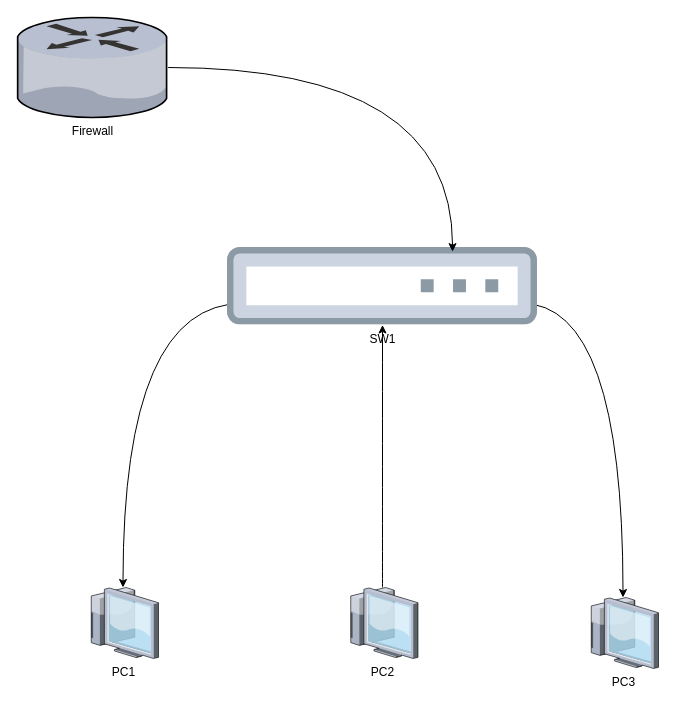
michaelrmartins/Heaa-Flow_study keeps this draw.io diagram as flow-study.drawio.xml. Above is the earlier version. Source tidied: cells renumbered, new cells numbered last; positions are measured from the earlier drawing's top-left corner, leaving out a move shared by most shapes. Both pictures are drawn from the tidied source at 100%, with x=0, y=0 at pixel (17, 17).
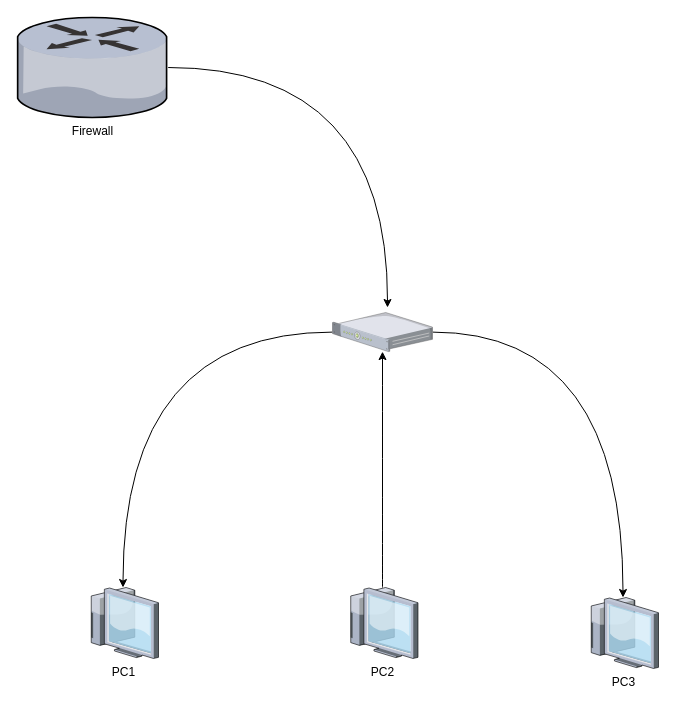
The same diagram, later.

The edit, as a diff of the source:
```diff
@@
 <mxGraphModel>
   <root>
     <mxCell id="0" />
     <mxCell id="1" parent="0" />
-    <mxCell id="2" style="edgeStyle=orthogonalEdgeStyle;jumpSize=15;jettySize=auto;html=1;exitX=1;exitY=0.75;exitDx=0;exitDy=0;fontSize=19;rounded=0;curved=1;" parent="1" edge="1" source="4" target="10">
+    <mxCell id="2" style="edgeStyle=orthogonalEdgeStyle;jumpSize=15;jettySize=auto;html=1;fontSize=19;rounded=0;curved=1;" parent="1" edge="1" source="11" target="10">
       <mxGeometry relative="1" as="geometry" />
     </mxCell>
-    <mxCell id="3" style="edgeStyle=orthogonalEdgeStyle;jumpSize=15;jettySize=auto;html=1;exitX=0;exitY=0.75;exitDx=0;exitDy=0;fontSize=19;rounded=0;curved=1;" parent="1" edge="1" source="4" target="7">
+    <mxCell id="3" style="edgeStyle=orthogonalEdgeStyle;jumpSize=15;jettySize=auto;html=1;fontSize=19;rounded=0;curved=1;" parent="1" edge="1" source="11" target="7">
       <mxGeometry relative="1" as="geometry" />
     </mxCell>
-    <mxCell id="4" value="SW1" style="perimeter=ellipsePerimeter;html=1;align=center;fontSize=12;verticalAlign=top;shadow=0;dashed=0;image;image=img/lib/cumulus/switch_bare_metal_empty.svg;rounded=0;" parent="1" vertex="1">
-      <mxGeometry x="210" y="230" width="310" height="77.5" as="geometry" />
-    </mxCell>
-    <mxCell id="5" style="edgeStyle=orthogonalEdgeStyle;jettySize=auto;html=1;entryX=0.75;entryY=0;entryDx=0;entryDy=0;rounded=0;curved=1;" parent="1" edge="1" source="6" target="4">
-      <mxGeometry relative="1" as="geometry" />
+    <mxCell id="5" style="edgeStyle=orthogonalEdgeStyle;jettySize=auto;html=1;rounded=0;curved=1;" parent="1" edge="1" source="6">
+      <mxGeometry relative="1" as="geometry">
+        <mxPoint x="370" y="290" as="targetPoint" />
+      </mxGeometry>
     </mxCell>
     <mxCell id="6" value="Firewall" style="verticalLabelPosition=bottom;html=1;verticalAlign=top;strokeColor=none;align=center;outlineConnect=0;shape=mxgraph.citrix.router;rounded=0;" parent="1" vertex="1">
       <mxGeometry width="150.7" height="100" as="geometry" />
     </mxCell>
     <mxCell id="7" value="PC1" style="verticalLabelPosition=bottom;html=1;verticalAlign=top;strokeColor=none;align=center;outlineConnect=0;shape=mxgraph.citrix.thin_client;rounded=0;" parent="1" vertex="1">
       <mxGeometry x="70" y="570" width="71" height="71" as="geometry" />
     </mxCell>
-    <mxCell id="8" style="edgeStyle=orthogonalEdgeStyle;jettySize=auto;html=1;entryX=0.5;entryY=1;entryDx=0;entryDy=0;jumpSize=15;spacing=5;fontSize=19;rounded=0;curved=1;" parent="1" edge="1" source="9" target="4">
+    <mxCell id="8" style="edgeStyle=orthogonalEdgeStyle;jettySize=auto;html=1;jumpSize=15;spacing=5;fontSize=19;rounded=0;curved=1;" parent="1" edge="1" source="9" target="11">
       <mxGeometry relative="1" as="geometry" />
     </mxCell>
     <mxCell id="9" value="PC2" style="verticalLabelPosition=bottom;html=1;verticalAlign=top;strokeColor=none;align=center;outlineConnect=0;shape=mxgraph.citrix.thin_client;rounded=0;" parent="1" vertex="1">
       <mxGeometry x="329.5" y="570" width="71" height="71" as="geometry" />
     </mxCell>
     <mxCell id="10" value="PC3" style="verticalLabelPosition=bottom;html=1;verticalAlign=top;strokeColor=none;align=center;outlineConnect=0;shape=mxgraph.citrix.thin_client;rounded=0;" parent="1" vertex="1">
       <mxGeometry x="570" y="580" width="71" height="71" as="geometry" />
     </mxCell>
+    <mxCell id="11" style="verticalLabelPosition=bottom;sketch=0;html=1;verticalAlign=top;strokeColor=none;align=center;outlineConnect=0;shape=mxgraph.citrix.1u_2u_server;fontSize=16;" parent="1" vertex="1">
+      <mxGeometry x="315" y="295" width="100" height="39.1" as="geometry" />
+    </mxCell>
   </root>
 </mxGraphModel>
```
